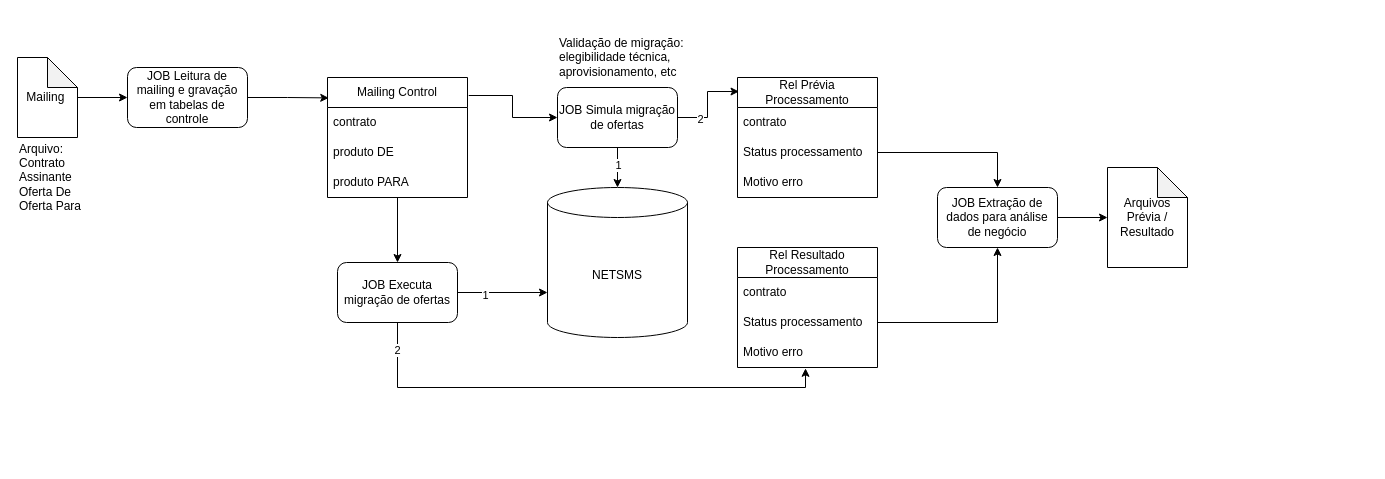
samirali/ClaroBrasil keeps this draw.io diagram as 128002 RGC765 Tombamento de base involuntária.drawio. Above is the earlier version. Source tidied: cells renumbered, new cells numbered last; positions are measured from the earlier drawing's top-left corner, leaving out a move shared by most shapes. Both pictures are drawn from the tidied source at 100%, with x=0, y=0 at pixel (17, 17).
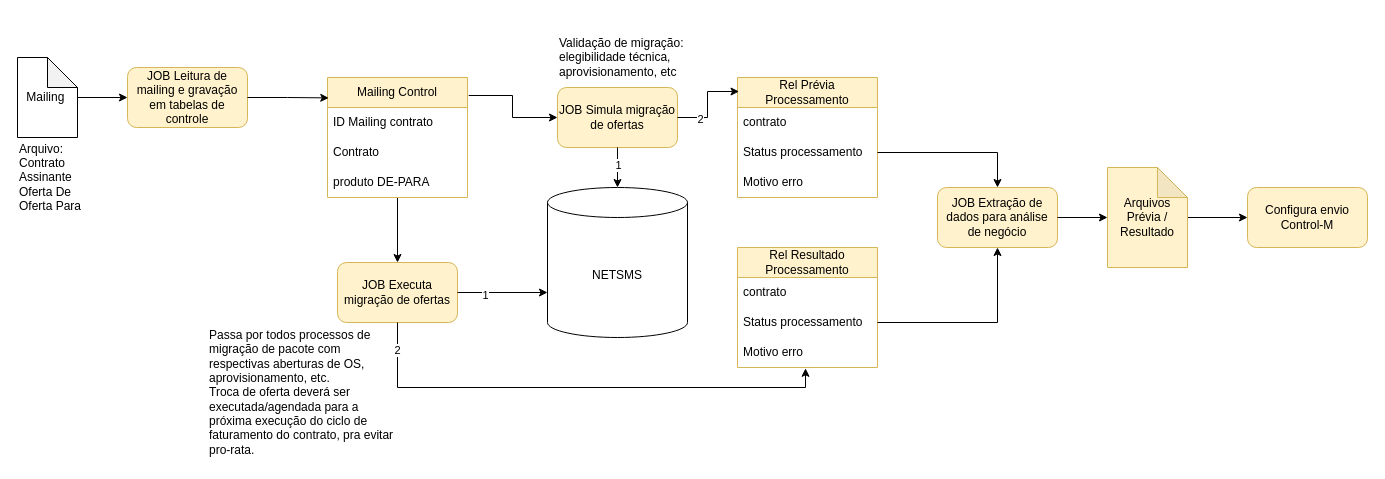
Above is the later version.

Change to the diagram source:
```diff
@@
-    <mxCell id="4" value="JOB Leitura de mailing e gravação em tabelas de controle" style="rounded=1;whiteSpace=wrap;html=1;" parent="1" vertex="1">
+    <mxCell id="4" value="JOB Leitura de mailing e gravação em tabelas de controle" style="rounded=1;whiteSpace=wrap;html=1;fillColor=#fff2cc;strokeColor=#d6b656;" parent="1" vertex="1">
       <mxGeometry x="110" y="50" width="120" height="60" as="geometry" />
     </mxCell>
@@
-    <mxCell id="7" value="Mailing Control" style="swimlane;fontStyle=0;horizontal=1;startSize=30;whiteSpace=wrap;html=1;" parent="1" vertex="1">
+    <mxCell id="7" value="Mailing Control" style="swimlane;fontStyle=0;horizontal=1;startSize=30;whiteSpace=wrap;html=1;noLabel=0;miterlimit=4;fillColor=#fff2cc;strokeColor=#d6b656;" parent="1" vertex="1">
       <mxGeometry x="310" y="60" width="140" height="120" as="geometry" />
     </mxCell>
-    <mxCell id="8" value="contrato" style="text;strokeColor=none;fillColor=none;align=left;verticalAlign=middle;spacingLeft=4;spacingRight=4;overflow=hidden;whiteSpace=wrap;html=1;" parent="7" vertex="1">
+    <mxCell id="8" value="ID Mailing contrato" style="text;strokeColor=none;fillColor=none;align=left;verticalAlign=middle;spacingLeft=4;spacingRight=4;overflow=hidden;whiteSpace=wrap;html=1;" parent="7" vertex="1">
       <mxGeometry y="30" width="140" height="30" as="geometry" />
     </mxCell>
-    <mxCell id="9" value="produto DE" style="text;strokeColor=none;fillColor=none;align=left;verticalAlign=middle;spacingLeft=4;spacingRight=4;overflow=hidden;whiteSpace=wrap;html=1;" parent="7" vertex="1">
+    <mxCell id="9" value="Contrato" style="text;strokeColor=none;fillColor=none;align=left;verticalAlign=middle;spacingLeft=4;spacingRight=4;overflow=hidden;whiteSpace=wrap;html=1;" parent="7" vertex="1">
       <mxGeometry y="60" width="140" height="30" as="geometry" />
     </mxCell>
-    <mxCell id="10" value="produto PARA" style="text;strokeColor=none;fillColor=none;align=left;verticalAlign=middle;spacingLeft=4;spacingRight=4;overflow=hidden;whiteSpace=wrap;html=1;" parent="7" vertex="1">
+    <mxCell id="10" value="produto DE-PARA" style="text;strokeColor=none;fillColor=none;align=left;verticalAlign=middle;spacingLeft=4;spacingRight=4;overflow=hidden;whiteSpace=wrap;html=1;" parent="7" vertex="1">
       <mxGeometry y="90" width="140" height="30" as="geometry" />
     </mxCell>
@@
-    <mxCell id="13" value="JOB Simula migração de ofertas" style="rounded=1;whiteSpace=wrap;html=1;" parent="1" vertex="1">
+    <mxCell id="13" value="JOB Simula migração de ofertas" style="rounded=1;whiteSpace=wrap;html=1;fillColor=#fff2cc;strokeColor=#d6b656;" parent="1" vertex="1">
       <mxGeometry x="540" y="70" width="120" height="60" as="geometry" />
     </mxCell>
@@
-    <mxCell id="18" value="Rel Prévia Processamento" style="swimlane;fontStyle=0;horizontal=1;startSize=30;whiteSpace=wrap;html=1;" parent="1" vertex="1">
+    <mxCell id="18" value="Rel Prévia Processamento" style="swimlane;fontStyle=0;horizontal=1;startSize=30;whiteSpace=wrap;html=1;fillColor=#fff2cc;strokeColor=#d6b656;" parent="1" vertex="1">
       <mxGeometry x="720" y="60" width="140" height="120" as="geometry" />
     </mxCell>
-    <mxCell id="19" value="contrato" style="text;strokeColor=none;fillColor=none;align=left;verticalAlign=middle;spacingLeft=4;spacingRight=4;overflow=hidden;whiteSpace=wrap;html=1;" parent="18" vertex="1">
+    <mxCell id="19" value="contrato" style="text;align=left;verticalAlign=middle;spacingLeft=4;spacingRight=4;overflow=hidden;whiteSpace=wrap;html=1;" parent="18" vertex="1">
       <mxGeometry y="30" width="140" height="30" as="geometry" />
     </mxCell>
@@
-    <mxCell id="24" value="JOB Executa migração de ofertas" style="rounded=1;whiteSpace=wrap;html=1;" parent="1" vertex="1">
+    <mxCell id="24" value="JOB Executa migração de ofertas" style="rounded=1;whiteSpace=wrap;html=1;fillColor=#fff2cc;strokeColor=#d6b656;" parent="1" vertex="1">
       <mxGeometry x="320" y="245" width="120" height="60" as="geometry" />
     </mxCell>
@@
-    <mxCell id="27" value="Rel Resultado Processamento" style="swimlane;fontStyle=0;horizontal=1;startSize=30;whiteSpace=wrap;html=1;" parent="1" vertex="1">
+    <mxCell id="27" value="Rel Resultado Processamento" style="swimlane;fontStyle=0;horizontal=1;startSize=30;whiteSpace=wrap;html=1;fillColor=#fff2cc;strokeColor=#d6b656;" parent="1" vertex="1">
       <mxGeometry x="720" y="230" width="140" height="120" as="geometry" />
     </mxCell>
@@
-    <mxCell id="33" value="JOB Extração de dados para análise de negócio" style="rounded=1;whiteSpace=wrap;html=1;" parent="1" vertex="1">
+    <mxCell id="33" value="JOB Extração de dados para análise de negócio" style="rounded=1;whiteSpace=wrap;html=1;fillColor=#fff2cc;strokeColor=#d6b656;" parent="1" vertex="1">
       <mxGeometry x="920" y="170" width="120" height="60" as="geometry" />
     </mxCell>
@@
+    <mxCell id="38" style="edgeStyle=orthogonalEdgeStyle;rounded=0;jettySize=auto;html=1;" parent="1" edge="1" source="36" target="40">
+      <mxGeometry relative="1" as="geometry" />
+    </mxCell>
-    <mxCell id="36" value="Arquivos Prévia / Resultado" style="shape=note;whiteSpace=wrap;html=1;backgroundOutline=1;darkOpacity=0.05;" parent="1" vertex="1">
+    <mxCell id="36" value="Arquivos Prévia / Resultado" style="shape=note;whiteSpace=wrap;html=1;backgroundOutline=1;darkOpacity=0.05;fillColor=#fff2cc;strokeColor=#d6b656;" parent="1" vertex="1">
       <mxGeometry x="1090" y="150" width="80" height="100" as="geometry" />
     </mxCell>
@@
+    <mxCell id="39" value="Passa por todos processos de migração de pacote com respectivas aberturas de OS, aprovisionamento, etc.&lt;div&gt;Troca de oferta deverá ser executada/agendada para a próxima execução do ciclo de faturamento do contrato, pra evitar pro-rata.&lt;/div&gt;" style="text;html=1;align=left;verticalAlign=middle;whiteSpace=wrap;rounded=0;" parent="1" vertex="1">
+      <mxGeometry x="190" y="305" width="190" height="140" as="geometry" />
+    </mxCell>
+    <mxCell id="40" value="Configura envio Control-M" style="rounded=1;whiteSpace=wrap;html=1;fillColor=#fff2cc;strokeColor=#d6b656;" parent="1" vertex="1">
+      <mxGeometry x="1230" y="170" width="120" height="60" as="geometry" />
+    </mxCell>
```
